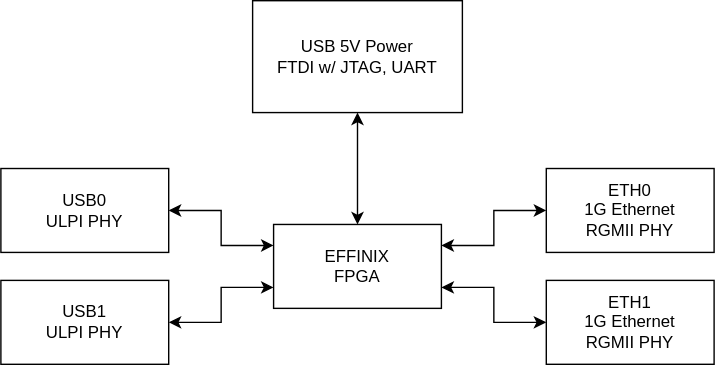
Above: Diagrams/duality.drawio.svg in DallanHealey/duality (draw.io), before the change. Source tidied: cells renumbered, new cells last; positions are measured from the earlier drawing's top-left corner, leaving out a move shared by most shapes. Source of this version:
```xml
<mxGraphModel>
  <root>
    <mxCell id="0" />
    <mxCell id="1" parent="0" />
    <mxCell id="2" style="edgeStyle=orthogonalEdgeStyle;rounded=0;jettySize=auto;html=1;exitX=0.5;exitY=1;exitDx=0;exitDy=0;entryX=0.5;entryY=0;entryDx=0;entryDy=0;startArrow=classic;startFill=1;" parent="1" edge="1" source="3" target="12">
      <mxGeometry relative="1" as="geometry" />
    </mxCell>
    <mxCell id="3" value="USB 5V Power&lt;div&gt;FTDI w/&amp;nbsp;&lt;span style=&quot;background-color: transparent; color: light-dark(rgb(0, 0, 0), rgb(255, 255, 255));&quot;&gt;JTAG,&amp;nbsp;&lt;/span&gt;&lt;span style=&quot;background-color: transparent; color: light-dark(rgb(0, 0, 0), rgb(255, 255, 255));&quot;&gt;UART&lt;/span&gt;&lt;/div&gt;" style="rounded=0;whiteSpace=wrap;html=1;" parent="1" vertex="1">
      <mxGeometry x="180" width="150" height="80" as="geometry" />
    </mxCell>
    <mxCell id="4" style="edgeStyle=orthogonalEdgeStyle;rounded=0;jettySize=auto;html=1;exitX=1;exitY=0.5;exitDx=0;exitDy=0;entryX=0;entryY=0.25;entryDx=0;entryDy=0;startArrow=classic;startFill=1;" parent="1" edge="1" source="5" target="12">
      <mxGeometry relative="1" as="geometry" />
    </mxCell>
    <mxCell id="5" value="USB0&lt;div&gt;ULPI PHY&lt;/div&gt;" style="rounded=0;whiteSpace=wrap;html=1;" parent="1" vertex="1">
      <mxGeometry y="120" width="120" height="60" as="geometry" />
    </mxCell>
    <mxCell id="6" style="edgeStyle=orthogonalEdgeStyle;rounded=0;jettySize=auto;html=1;exitX=1;exitY=0.5;exitDx=0;exitDy=0;entryX=0;entryY=0.75;entryDx=0;entryDy=0;startArrow=classic;startFill=1;" parent="1" edge="1" source="7" target="12">
      <mxGeometry relative="1" as="geometry" />
    </mxCell>
    <mxCell id="7" value="USB1&lt;div&gt;ULPI PHY&lt;/div&gt;" style="rounded=0;whiteSpace=wrap;html=1;" parent="1" vertex="1">
      <mxGeometry y="200" width="120" height="60" as="geometry" />
    </mxCell>
    <mxCell id="8" value="&lt;div&gt;ETH0&lt;/div&gt;1G Ethernet&lt;div&gt;RGMII PHY&lt;/div&gt;" style="rounded=0;whiteSpace=wrap;html=1;" parent="1" vertex="1">
      <mxGeometry x="390" y="120" width="120" height="60" as="geometry" />
    </mxCell>
    <mxCell id="9" value="&lt;div&gt;ETH1&lt;/div&gt;1G Ethernet&lt;div&gt;RGMII PHY&lt;/div&gt;" style="rounded=0;whiteSpace=wrap;html=1;" parent="1" vertex="1">
      <mxGeometry x="390" y="200" width="120" height="60" as="geometry" />
    </mxCell>
    <mxCell id="10" style="edgeStyle=orthogonalEdgeStyle;rounded=0;jettySize=auto;html=1;exitX=1;exitY=0.25;exitDx=0;exitDy=0;entryX=0;entryY=0.5;entryDx=0;entryDy=0;startArrow=classic;startFill=1;" parent="1" edge="1" source="12" target="8">
      <mxGeometry relative="1" as="geometry" />
    </mxCell>
    <mxCell id="11" style="edgeStyle=orthogonalEdgeStyle;rounded=0;jettySize=auto;html=1;exitX=1;exitY=0.75;exitDx=0;exitDy=0;entryX=0;entryY=0.5;entryDx=0;entryDy=0;startArrow=classic;startFill=1;" parent="1" edge="1" source="12" target="9">
      <mxGeometry relative="1" as="geometry" />
    </mxCell>
    <mxCell id="12" value="&lt;div&gt;EFFINIX&lt;/div&gt;FPGA" style="rounded=0;whiteSpace=wrap;html=1;" parent="1" vertex="1">
      <mxGeometry x="195" y="160" width="120" height="60" as="geometry" />
    </mxCell>
  </root>
</mxGraphModel>
```
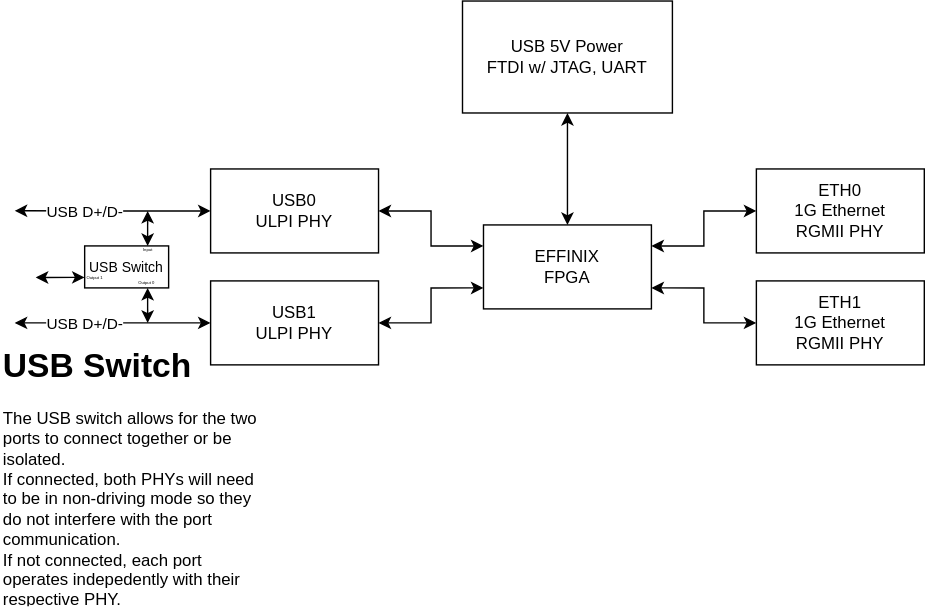
The same diagram one commit later.

Change to the diagram source:
```diff
@@ -35,5 +35,55 @@
     <mxCell id="12" value="&lt;div&gt;EFFINIX&lt;/div&gt;FPGA" style="rounded=0;whiteSpace=wrap;html=1;" parent="1" vertex="1">
       <mxGeometry x="195" y="160" width="120" height="60" as="geometry" />
     </mxCell>
+    <mxCell id="13" style="edgeStyle=orthogonalEdgeStyle;rounded=0;jettySize=auto;html=1;exitX=0;exitY=0.5;exitDx=0;exitDy=0;startArrow=classic;startFill=1;" parent="1" edge="1" source="7">
+      <mxGeometry relative="1" as="geometry">
+        <mxPoint x="-140" y="230" as="targetPoint" />
+      </mxGeometry>
+    </mxCell>
+    <mxCell id="14" value="USB D+/D-" style="edgeLabel;html=1;align=center;verticalAlign=middle;" parent="13" vertex="1">
+      <mxGeometry x="0.24" y="-2" relative="1" as="geometry">
+        <mxPoint x="-4" y="2" as="offset" />
+      </mxGeometry>
+    </mxCell>
+    <mxCell id="15" style="edgeStyle=orthogonalEdgeStyle;rounded=0;jettySize=auto;html=1;exitX=0.75;exitY=0;exitDx=0;exitDy=0;startArrow=classic;startFill=1;" parent="1" edge="1" source="18">
+      <mxGeometry relative="1" as="geometry">
+        <mxPoint x="-45" y="150" as="targetPoint" />
+      </mxGeometry>
+    </mxCell>
+    <mxCell id="16" style="edgeStyle=orthogonalEdgeStyle;rounded=0;jettySize=auto;html=1;exitX=0.75;exitY=1;exitDx=0;exitDy=0;startArrow=classic;startFill=1;" parent="1" edge="1" source="18">
+      <mxGeometry relative="1" as="geometry">
+        <mxPoint x="-45" y="230" as="targetPoint" />
+      </mxGeometry>
+    </mxCell>
+    <mxCell id="17" style="edgeStyle=orthogonalEdgeStyle;rounded=0;jettySize=auto;html=1;exitX=0;exitY=0.75;exitDx=0;exitDy=0;startArrow=classic;startFill=1;" parent="1" edge="1" source="18">
+      <mxGeometry relative="1" as="geometry">
+        <mxPoint x="-125" y="198" as="targetPoint" />
+      </mxGeometry>
+    </mxCell>
+    <mxCell id="18" value="&lt;font style=&quot;font-size: 10px;&quot;&gt;USB&amp;nbsp;&lt;/font&gt;&lt;span style=&quot;font-size: 10px; background-color: transparent; color: light-dark(rgb(0, 0, 0), rgb(255, 255, 255));&quot;&gt;Switch&lt;/span&gt;" style="rounded=0;whiteSpace=wrap;html=1;" parent="1" vertex="1">
+      <mxGeometry x="-90" y="175" width="60" height="30" as="geometry" />
+    </mxCell>
+    <mxCell id="19" style="edgeStyle=orthogonalEdgeStyle;rounded=0;jettySize=auto;html=1;startArrow=classic;startFill=1;exitX=0;exitY=0.5;exitDx=0;exitDy=0;" parent="1" edge="1" source="5">
+      <mxGeometry relative="1" as="geometry">
+        <mxPoint x="-140" y="149.9" as="targetPoint" />
+      </mxGeometry>
+    </mxCell>
+    <mxCell id="20" value="USB D+/D-" style="edgeLabel;html=1;align=center;verticalAlign=middle;" parent="19" vertex="1">
+      <mxGeometry x="0.24" y="-2" relative="1" as="geometry">
+        <mxPoint x="-4" y="2" as="offset" />
+      </mxGeometry>
+    </mxCell>
+    <mxCell id="21" value="&lt;h1 style=&quot;margin-top: 0px;&quot;&gt;USB Switch&lt;/h1&gt;&lt;div&gt;The USB switch allows for the two ports to connect together or be isolated.&lt;/div&gt;&lt;div&gt;&lt;span style=&quot;background-color: transparent; color: light-dark(rgb(0, 0, 0), rgb(255, 255, 255));&quot;&gt;If connected, both PHYs will need to be in non-driving mode so they do not interfere with the port communication.&lt;/span&gt;&lt;/div&gt;&lt;div&gt;&lt;span style=&quot;background-color: transparent; color: light-dark(rgb(0, 0, 0), rgb(255, 255, 255));&quot;&gt;If not connected, each port operates indepedently with their respective PHY.&lt;/span&gt;&lt;/div&gt;" style="text;html=1;whiteSpace=wrap;overflow=hidden;rounded=0;" parent="1" vertex="1">
+      <mxGeometry x="-150" y="240" width="190" height="190" as="geometry" />
+    </mxCell>
+    <mxCell id="22" value="&lt;font style=&quot;font-size: 3px;&quot;&gt;Input&lt;/font&gt;" style="text;html=1;align=center;verticalAlign=middle;strokeColor=none;fillColor=none;" parent="1" vertex="1">
+      <mxGeometry x="-60" y="160" width="30" height="30" as="geometry" />
+    </mxCell>
+    <mxCell id="23" value="&lt;font style=&quot;font-size: 3px;&quot;&gt;Output 0&lt;/font&gt;" style="text;html=1;align=center;verticalAlign=middle;strokeColor=none;fillColor=none;" parent="1" vertex="1">
+      <mxGeometry x="-66" y="184" width="40" height="30" as="geometry" />
+    </mxCell>
+    <mxCell id="24" value="&lt;font style=&quot;font-size: 3px;&quot;&gt;Output 1&lt;/font&gt;" style="text;html=1;align=center;verticalAlign=middle;strokeColor=none;fillColor=none;" parent="1" vertex="1">
+      <mxGeometry x="-103" y="180" width="40" height="30" as="geometry" />
+    </mxCell>
   </root>
 </mxGraphModel>
```
